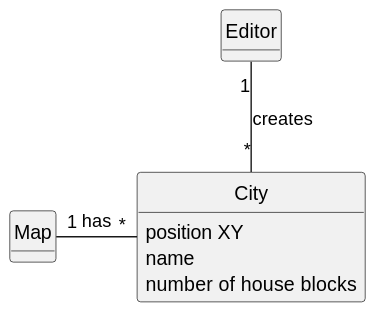
Before: docs/sprint1/us003/02.analysis/svg/us003-domain-model.svg, a diagram exported from PlantUML (ivasduarte/all-aboard).
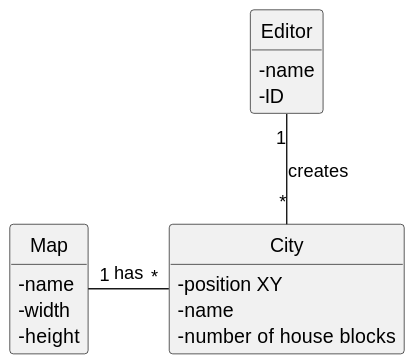
The same file after the commit.

Commit message:
US003/US009(docs): updates on the domain models

Change to the diagram source:
```diff
@@ -11,16 +11,21 @@
 
 
 class Map {
+    - name
+    - width
+    - height
 
 }
 
 class City {
-    position XY
-    name
-    number of house blocks
+    - position XY
+    - name
+    - number of house blocks
 }
 
 class Editor {
+    - name
+    - ID
 }
 
 
```
